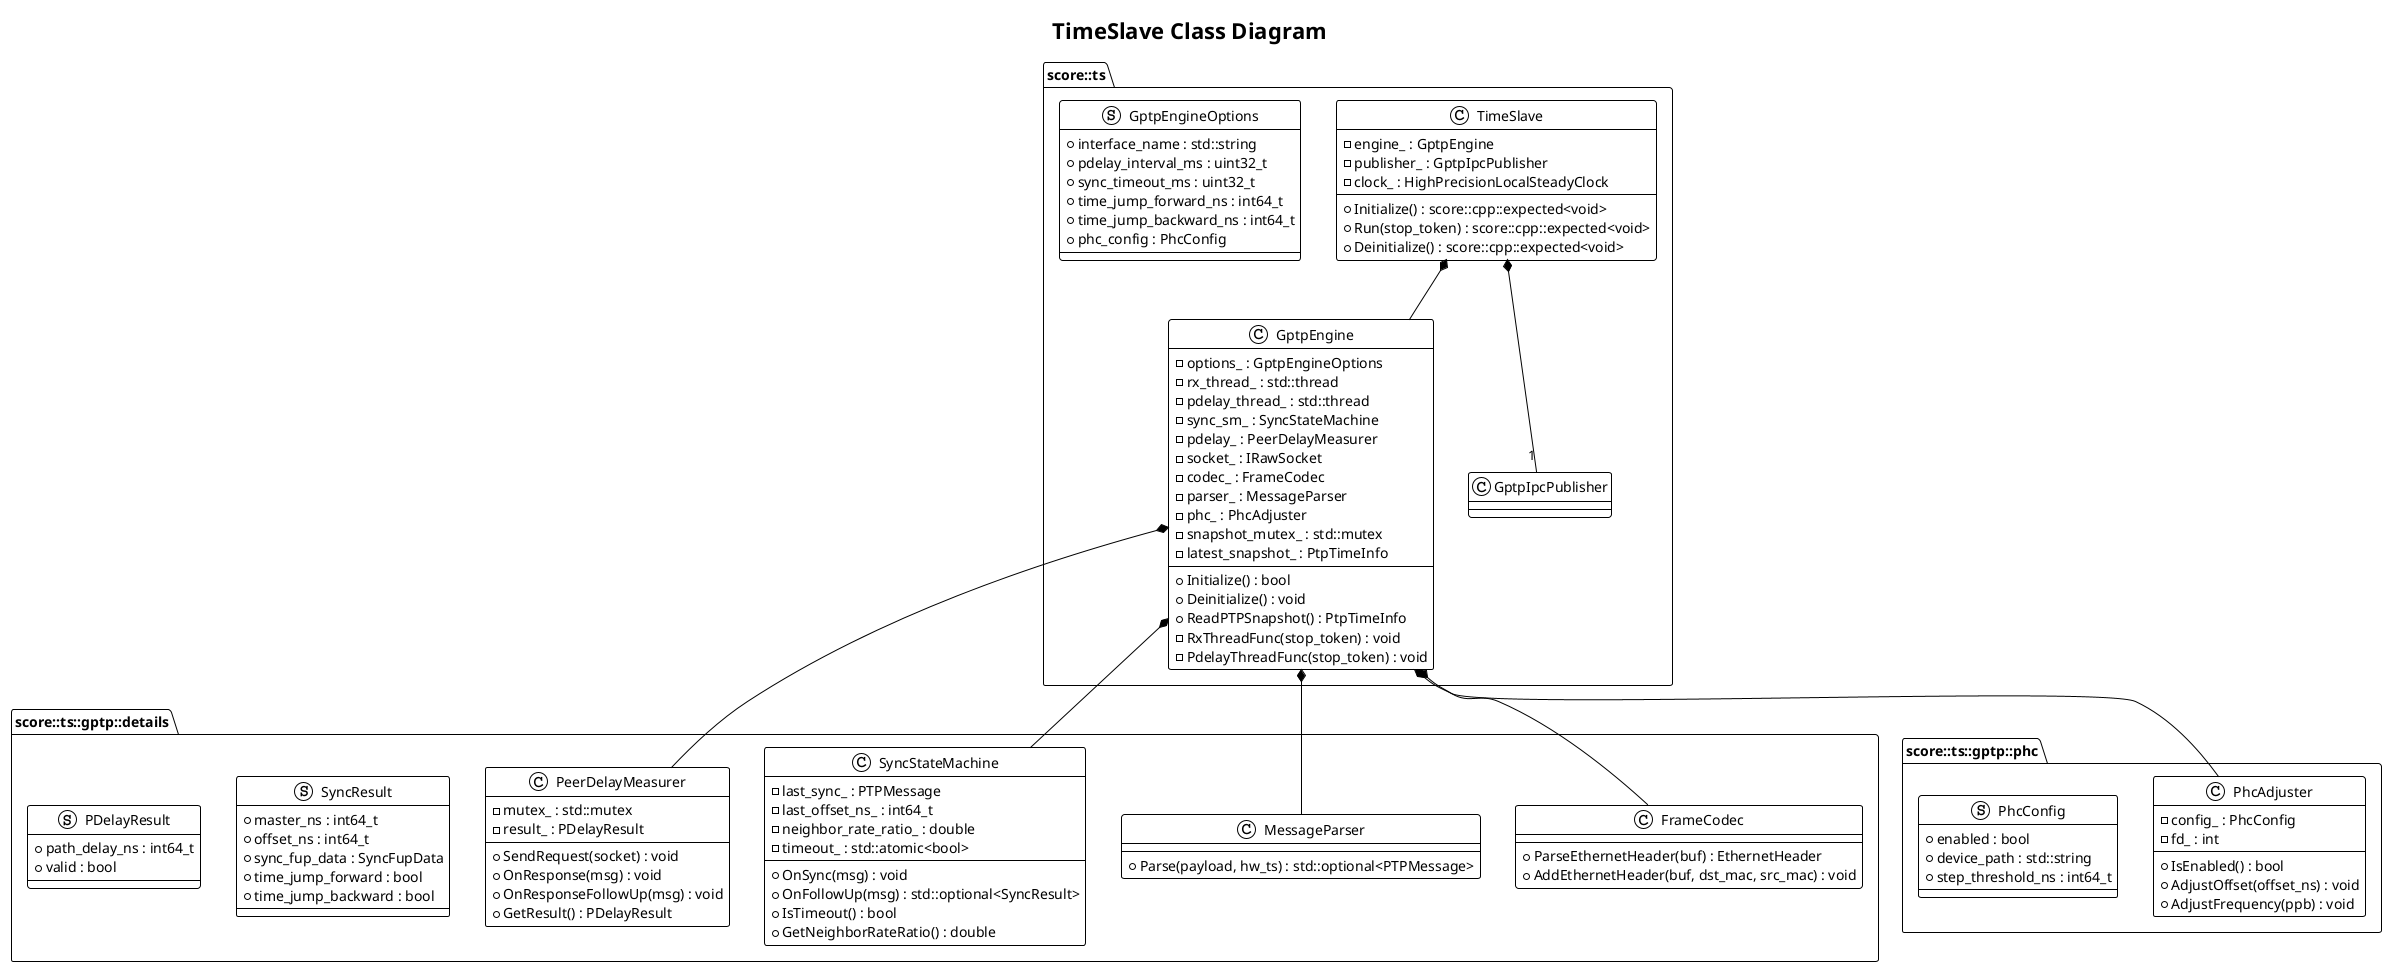
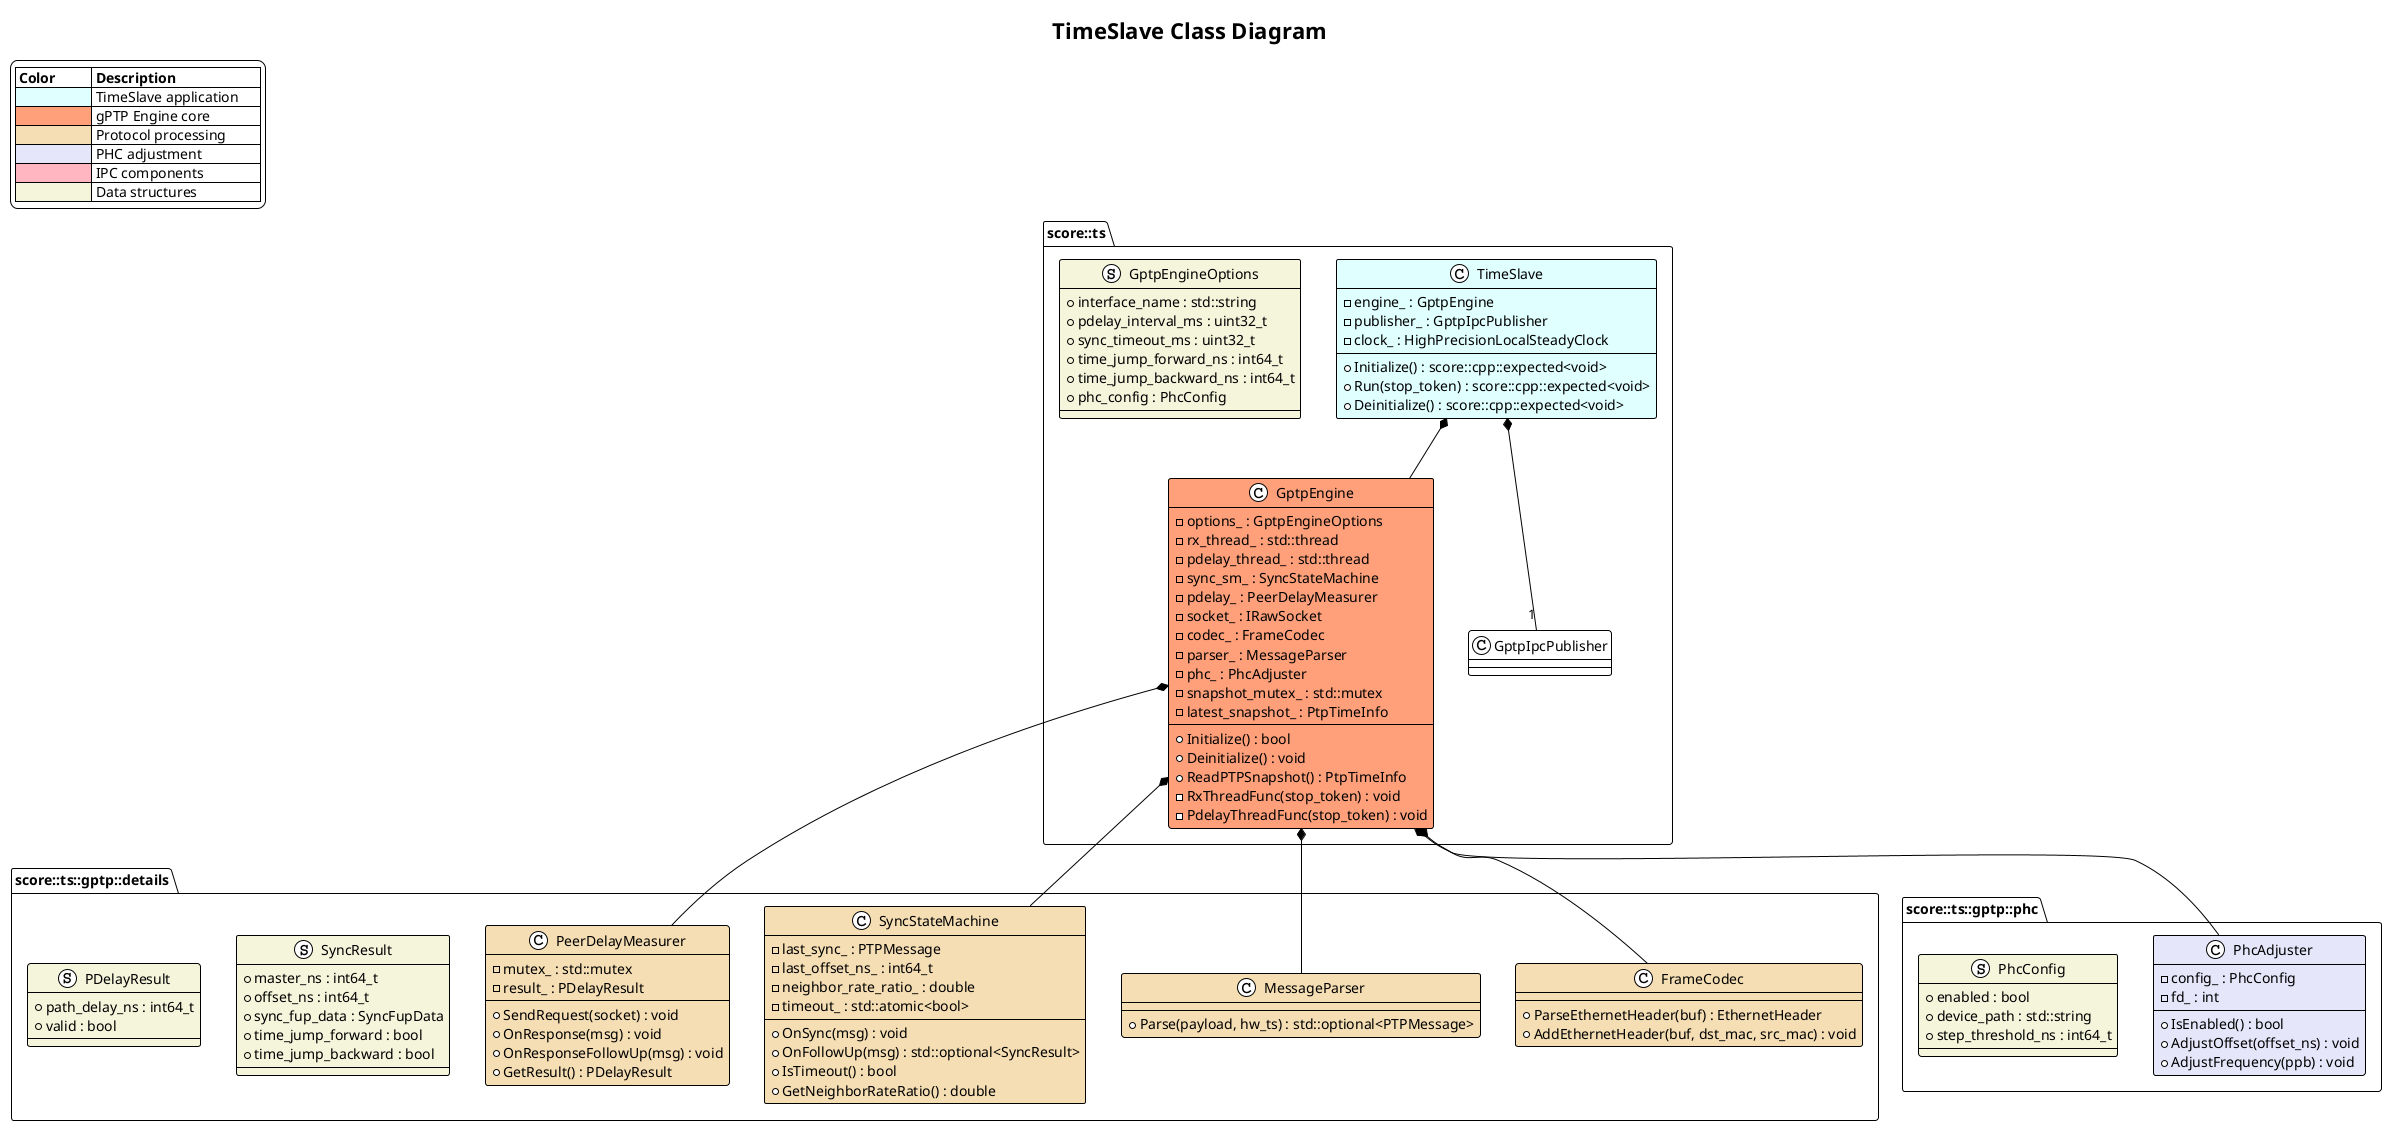
@startuml
!theme plain

title TimeSlave Class Diagram

+ legend top left
+     |= Color          |= Description              |
+     | <#LightCyan>    | TimeSlave application      |
+     | <#LightSalmon>  | gPTP Engine core           |
+     | <#Wheat>        | Protocol processing        |
+     | <#Lavender>     | PHC adjustment             |
+     | <#LightPink>    | IPC components             |
+     | <#Beige>        | Data structures            |
+ endlegend
+ 
package "score::ts" {

-     class TimeSlave {
+     class TimeSlave #LightCyan {
        - engine_ : GptpEngine
        - publisher_ : GptpIpcPublisher
        - clock_ : HighPrecisionLocalSteadyClock
        + Initialize() : score::cpp::expected<void>
        + Run(stop_token) : score::cpp::expected<void>
        + Deinitialize() : score::cpp::expected<void>
    }

-     class GptpEngine {
+     class GptpEngine #LightSalmon {
        - options_ : GptpEngineOptions
        - rx_thread_ : std::thread
        - pdelay_thread_ : std::thread
        - sync_sm_ : SyncStateMachine
        - pdelay_ : PeerDelayMeasurer
        - socket_ : IRawSocket
        - codec_ : FrameCodec
        - parser_ : MessageParser
        - phc_ : PhcAdjuster
        - snapshot_mutex_ : std::mutex
        - latest_snapshot_ : PtpTimeInfo
        + Initialize() : bool
        + Deinitialize() : void
        + ReadPTPSnapshot() : PtpTimeInfo
        - RxThreadFunc(stop_token) : void
        - PdelayThreadFunc(stop_token) : void
    }

-     struct GptpEngineOptions {
+     struct GptpEngineOptions #Beige {
        + interface_name : std::string
        + pdelay_interval_ms : uint32_t
        + sync_timeout_ms : uint32_t
        + time_jump_forward_ns : int64_t
        + time_jump_backward_ns : int64_t
        + phc_config : PhcConfig
    }

    TimeSlave *-- GptpEngine
    TimeSlave *-- "1" GptpIpcPublisher
}

package "score::ts::gptp::details" {
-     class FrameCodec {
+     class FrameCodec #Wheat {
        + ParseEthernetHeader(buf) : EthernetHeader
        + AddEthernetHeader(buf, dst_mac, src_mac) : void
    }

-     class MessageParser {
+     class MessageParser #Wheat {
        + Parse(payload, hw_ts) : std::optional<PTPMessage>
    }

-     class SyncStateMachine {
+     class SyncStateMachine #Wheat {
        - last_sync_ : PTPMessage
        - last_offset_ns_ : int64_t
        - neighbor_rate_ratio_ : double
        - timeout_ : std::atomic<bool>
        + OnSync(msg) : void
        + OnFollowUp(msg) : std::optional<SyncResult>
        + IsTimeout() : bool
        + GetNeighborRateRatio() : double
    }

-     class PeerDelayMeasurer {
+     class PeerDelayMeasurer #Wheat {
        - mutex_ : std::mutex
        - result_ : PDelayResult
        + SendRequest(socket) : void
        + OnResponse(msg) : void
        + OnResponseFollowUp(msg) : void
        + GetResult() : PDelayResult
    }

-     struct SyncResult {
+     struct SyncResult #Beige {
        + master_ns : int64_t
        + offset_ns : int64_t
        + sync_fup_data : SyncFupData
        + time_jump_forward : bool
        + time_jump_backward : bool
    }

-     struct PDelayResult {
+     struct PDelayResult #Beige {
        + path_delay_ns : int64_t
        + valid : bool
    }
}

package "score::ts::gptp::phc" {
-     class PhcAdjuster {
+     class PhcAdjuster #Lavender {
        - config_ : PhcConfig
        - fd_ : int
        + IsEnabled() : bool
        + AdjustOffset(offset_ns) : void
        + AdjustFrequency(ppb) : void
    }

-     struct PhcConfig {
+     struct PhcConfig #Beige {
        + enabled : bool
        + device_path : std::string
        + step_threshold_ns : int64_t
    }
}

GptpEngine *-- FrameCodec
GptpEngine *-- MessageParser
GptpEngine *-- SyncStateMachine
GptpEngine *-- PeerDelayMeasurer
GptpEngine *-- PhcAdjuster

@enduml
